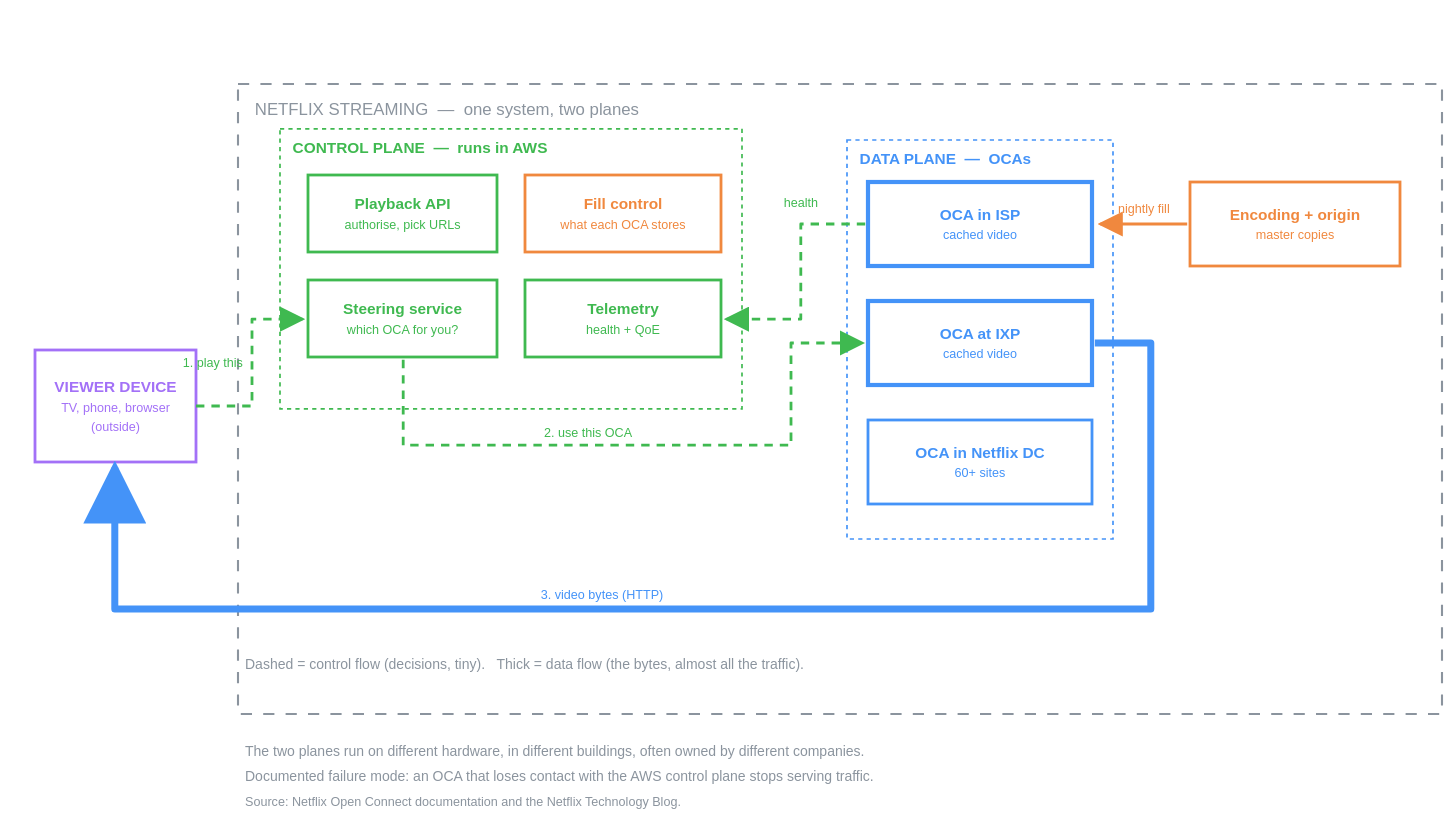
The draw.io diagram 03-case-studies/netflix-streaming/diagrams/netflix-streaming-hld.drawio.svg in rithvin-us/Team-Asterix-System-Design-Notes, before a commit. Source tidied: cells renumbered, new cells last; positions are measured from the earlier drawing's top-left corner, leaving out a move shared by most shapes. Its diagram source:
```xml
<mxGraphModel>
  <root>
    <mxCell id="0" />
    <mxCell id="1" parent="0" />
    <mxCell id="2" value="NETFLIX STREAMING  —  one system, two planes" style="rounded=0;whiteSpace=wrap;html=1;dashed=1;dashPattern=8 8;fillColor=none;strokeColor=#8b949e;fontColor=#8b949e;verticalAlign=top;align=left;spacingLeft=10;spacingTop=6;fontSize=12;" parent="1" vertex="1">
      <mxGeometry x="145" width="860" height="450" as="geometry" />
    </mxCell>
    <mxCell id="3" value="VIEWER DEVICE&#10;TV, phone, browser&#10;(outside)" style="rounded=0;whiteSpace=wrap;html=1;fillColor=none;strokeWidth=2;strokeColor=#a371f7;fontColor=#a371f7;fontSize=11;" parent="1" vertex="1">
      <mxGeometry y="190" width="115" height="80" as="geometry" />
    </mxCell>
    <mxCell id="4" value="CONTROL PLANE  —  runs in AWS" style="rounded=0;whiteSpace=wrap;html=1;fillColor=none;strokeColor=#3fb950;fontColor=#3fb950;verticalAlign=top;align=left;spacingLeft=8;spacingTop=4;fontSize=11;dashed=1;dashPattern=3 3;" parent="1" vertex="1">
      <mxGeometry x="175" y="32" width="330" height="200" as="geometry" />
    </mxCell>
    <mxCell id="5" value="Playback API&#10;authorise, pick URLs" style="rounded=0;whiteSpace=wrap;html=1;fillColor=none;strokeWidth=2;strokeColor=#3fb950;fontColor=#3fb950;fontSize=11;" parent="1" vertex="1">
      <mxGeometry x="195" y="65" width="135" height="55" as="geometry" />
    </mxCell>
    <mxCell id="6" value="Steering service&#10;which OCA for you?" style="rounded=0;whiteSpace=wrap;html=1;fillColor=none;strokeWidth=2;strokeColor=#3fb950;fontColor=#3fb950;fontSize=11;" parent="1" vertex="1">
      <mxGeometry x="195" y="140" width="135" height="55" as="geometry" />
    </mxCell>
    <mxCell id="7" value="Fill control&#10;what each OCA stores" style="rounded=0;whiteSpace=wrap;html=1;fillColor=none;strokeWidth=2;strokeColor=#f0883e;fontColor=#f0883e;fontSize=11;" parent="1" vertex="1">
      <mxGeometry x="350" y="65" width="140" height="55" as="geometry" />
    </mxCell>
    <mxCell id="8" value="Telemetry&#10;health + QoE" style="rounded=0;whiteSpace=wrap;html=1;fillColor=none;strokeWidth=2;strokeColor=#3fb950;fontColor=#3fb950;fontSize=11;" parent="1" vertex="1">
      <mxGeometry x="350" y="140" width="140" height="55" as="geometry" />
    </mxCell>
    <mxCell id="9" value="DATA PLANE  —  OCAs" style="rounded=0;whiteSpace=wrap;html=1;fillColor=none;strokeColor=#4493f8;fontColor=#4493f8;verticalAlign=top;align=left;spacingLeft=8;spacingTop=4;fontSize=11;dashed=1;dashPattern=3 3;" parent="1" vertex="1">
      <mxGeometry x="580" y="40" width="190" height="285" as="geometry" />
    </mxCell>
    <mxCell id="10" value="OCA in ISP&#10;cached video" style="rounded=0;whiteSpace=wrap;html=1;fillColor=none;strokeWidth=3;strokeColor=#4493f8;fontColor=#4493f8;fontSize=11;" parent="1" vertex="1">
      <mxGeometry x="595" y="70" width="160" height="60" as="geometry" />
    </mxCell>
    <mxCell id="11" value="OCA at IXP&#10;cached video" style="rounded=0;whiteSpace=wrap;html=1;fillColor=none;strokeWidth=3;strokeColor=#4493f8;fontColor=#4493f8;fontSize=11;" parent="1" vertex="1">
      <mxGeometry x="595" y="155" width="160" height="60" as="geometry" />
    </mxCell>
    <mxCell id="12" value="OCA in Netflix DC&#10;60+ sites" style="rounded=0;whiteSpace=wrap;html=1;fillColor=none;strokeWidth=2;strokeColor=#4493f8;fontColor=#4493f8;fontSize=11;" parent="1" vertex="1">
      <mxGeometry x="595" y="240" width="160" height="60" as="geometry" />
    </mxCell>
    <mxCell id="13" value="Encoding + origin&#10;master copies" style="rounded=0;whiteSpace=wrap;html=1;fillColor=none;strokeWidth=2;strokeColor=#f0883e;fontColor=#f0883e;fontSize=11;" parent="1" vertex="1">
      <mxGeometry x="825" y="70" width="150" height="60" as="geometry" />
    </mxCell>
    <mxCell id="14" value="Dashed = control flow (decisions, tiny).   Thick = data flow (the bytes, almost all the traffic)." style="text;html=1;align=left;fontColor=#8b949e;fontSize=10;" parent="1" vertex="1">
      <mxGeometry x="150" y="407" width="760" height="20" as="geometry" />
    </mxCell>
    <mxCell id="15" value="The two planes run on different hardware, in different buildings, often owned by different companies." style="text;html=1;align=left;fontColor=#8b949e;fontSize=10;" parent="1" vertex="1">
      <mxGeometry x="150" y="469" width="760" height="20" as="geometry" />
    </mxCell>
    <mxCell id="16" value="Documented failure mode: an OCA that loses contact with the AWS control plane stops serving traffic." style="text;html=1;align=left;fontColor=#8b949e;fontSize=10;" parent="1" vertex="1">
      <mxGeometry x="150" y="487" width="760" height="20" as="geometry" />
    </mxCell>
    <mxCell id="17" value="Source: Netflix Open Connect documentation and the Netflix Technology Blog." style="text;html=1;align=left;fontColor=#8b949e;fontSize=9;" parent="1" vertex="1">
      <mxGeometry x="150" y="505" width="760" height="20" as="geometry" />
    </mxCell>
  </root>
</mxGraphModel>
```
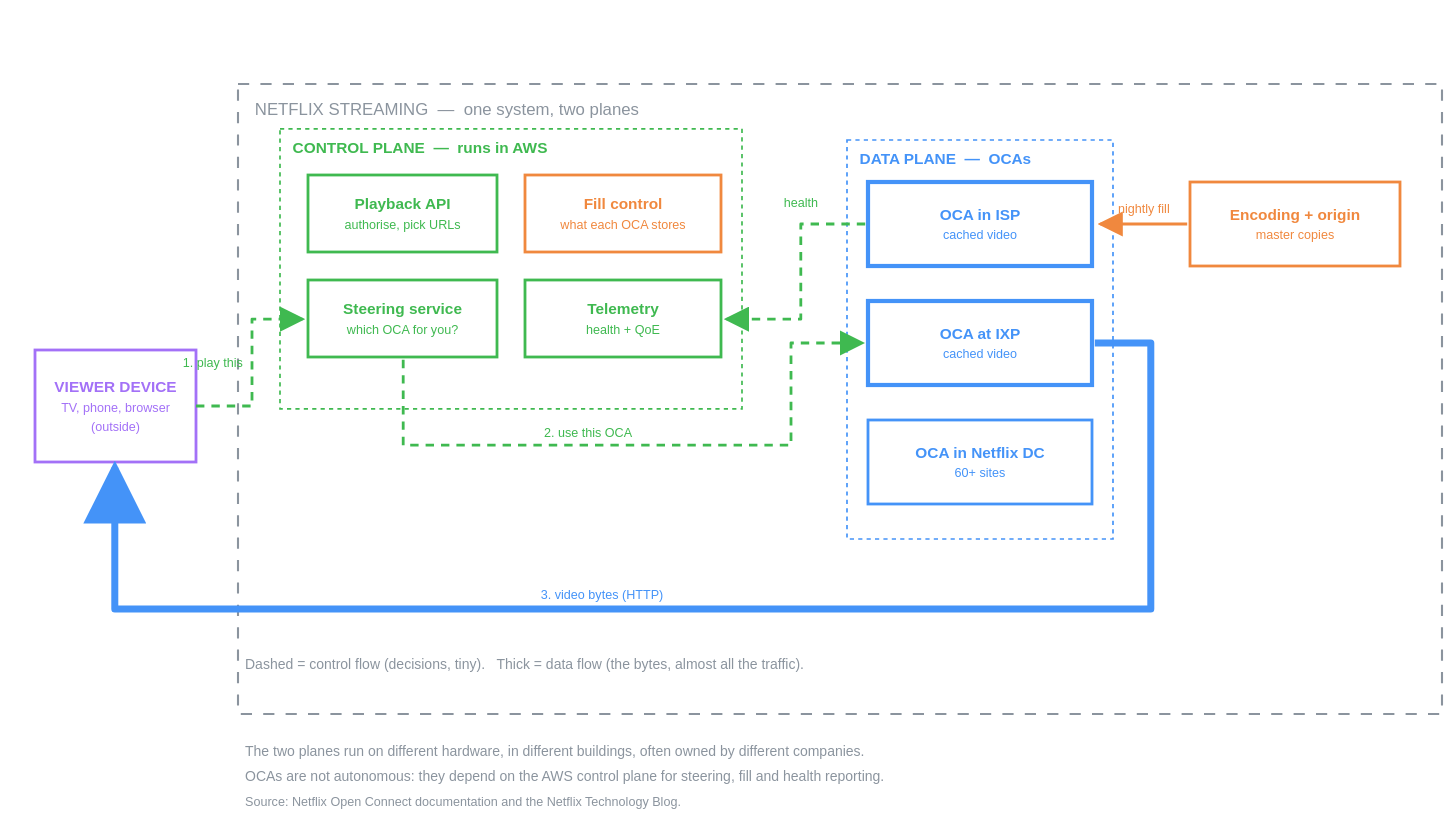
Later version of the same file.

The edit, as a diff of the source:
```diff
@@ -38,15 +38,52 @@
     <mxCell id="13" value="Encoding + origin&#10;master copies" style="rounded=0;whiteSpace=wrap;html=1;fillColor=none;strokeWidth=2;strokeColor=#f0883e;fontColor=#f0883e;fontSize=11;" parent="1" vertex="1">
       <mxGeometry x="825" y="70" width="150" height="60" as="geometry" />
     </mxCell>
+    <mxCell id="18" value="1. play this" style="edgeStyle=orthogonalEdgeStyle;rounded=0;html=1;strokeColor=#3fb950;fontColor=#3fb950;fontSize=10;dashed=1;" parent="1" edge="1" source="3" target="6">
+      <mxGeometry relative="1" as="geometry">
+        <Array as="points">
+          <mxPoint x="155" y="230" />
+          <mxPoint x="155" y="168" />
+        </Array>
+      </mxGeometry>
+    </mxCell>
+    <mxCell id="19" value="2. use this OCA" style="edgeStyle=orthogonalEdgeStyle;rounded=0;html=1;strokeColor=#3fb950;fontColor=#3fb950;fontSize=10;dashed=1;" parent="1" edge="1" source="6" target="11">
+      <mxGeometry relative="1" as="geometry">
+        <Array as="points">
+          <mxPoint x="263" y="258" />
+          <mxPoint x="540" y="258" />
+          <mxPoint x="540" y="185" />
+        </Array>
+      </mxGeometry>
+    </mxCell>
+    <mxCell id="20" value="3. video bytes (HTTP)" style="edgeStyle=orthogonalEdgeStyle;rounded=0;html=1;strokeColor=#4493f8;fontColor=#4493f8;fontSize=10;strokeWidth=5;" parent="1" edge="1" source="11" target="3">
+      <mxGeometry relative="1" as="geometry">
+        <Array as="points">
+          <mxPoint x="797" y="185" />
+          <mxPoint x="797" y="375" />
+          <mxPoint x="57" y="375" />
+        </Array>
+      </mxGeometry>
+    </mxCell>
+    <mxCell id="21" value="health" style="edgeStyle=orthogonalEdgeStyle;rounded=0;html=1;strokeColor=#3fb950;fontColor=#3fb950;fontSize=10;dashed=1;" parent="1" edge="1" source="10" target="8">
+      <mxGeometry relative="1" as="geometry">
+        <Array as="points">
+          <mxPoint x="547" y="100" />
+          <mxPoint x="547" y="168" />
+        </Array>
+      </mxGeometry>
+    </mxCell>
+    <mxCell id="22" value="nightly fill" style="edgeStyle=orthogonalEdgeStyle;rounded=0;html=1;strokeColor=#f0883e;fontColor=#f0883e;fontSize=10;" parent="1" edge="1" source="13" target="10">
+      <mxGeometry relative="1" as="geometry" />
+    </mxCell>
     <mxCell id="14" value="Dashed = control flow (decisions, tiny).   Thick = data flow (the bytes, almost all the traffic)." style="text;html=1;align=left;fontColor=#8b949e;fontSize=10;" parent="1" vertex="1">
       <mxGeometry x="150" y="407" width="760" height="20" as="geometry" />
     </mxCell>
     <mxCell id="15" value="The two planes run on different hardware, in different buildings, often owned by different companies." style="text;html=1;align=left;fontColor=#8b949e;fontSize=10;" parent="1" vertex="1">
       <mxGeometry x="150" y="469" width="760" height="20" as="geometry" />
     </mxCell>
-    <mxCell id="16" value="Documented failure mode: an OCA that loses contact with the AWS control plane stops serving traffic." style="text;html=1;align=left;fontColor=#8b949e;fontSize=10;" parent="1" vertex="1">
-      <mxGeometry x="150" y="487" width="760" height="20" as="geometry" />
-    </mxCell>
+    <mxCell id="23" value="OCAs are not autonomous: they depend on the AWS control plane for steering, fill and health reporting." style="text;html=1;align=left;fontColor=#8b949e;fontSize=10;" parent="1" vertex="1">
+      <mxGeometry x="150" y="487" width="760" height="20" as="geometry" />
+    </mxCell>
     <mxCell id="17" value="Source: Netflix Open Connect documentation and the Netflix Technology Blog." style="text;html=1;align=left;fontColor=#8b949e;fontSize=9;" parent="1" vertex="1">
       <mxGeometry x="150" y="505" width="760" height="20" as="geometry" />
     </mxCell>
```
